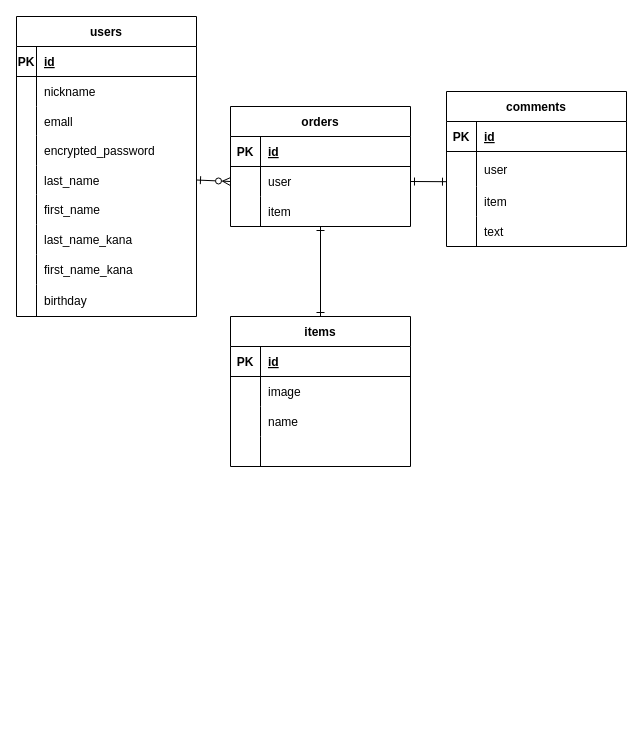
taku-min/furima-38920 keeps this draw.io diagram as test.dio. Above is the earlier version. Source tidied: cells renumbered, new cells numbered last; positions are measured from the earlier drawing's top-left corner, leaving out a move shared by most shapes. Both pictures are drawn from the tidied source at 100%, with x=0, y=0 at pixel (16, 16).
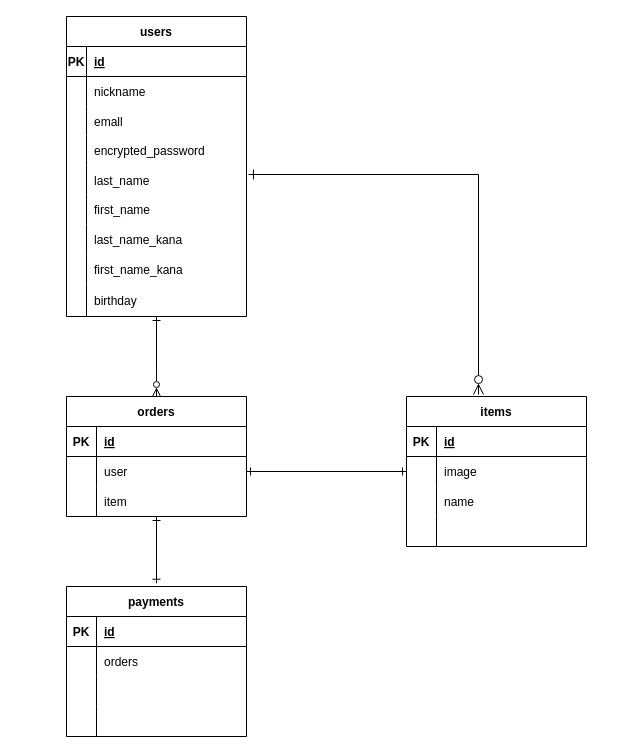
After the change.

Unchanged cells that the change refers to:
```xml
<mxCell id="15" style="shape=tableRow;horizontal=0;startSize=0;swimlaneHead=0;swimlaneBody=0;fillColor=none;points=[[0,0.5],[1,0.5]];portConstraint=eastwest;top=0;left=0;right=0;bottom=0;" parent="2" vertex="1">
  <mxGeometry y="149" width="180" height="29" as="geometry" />
</mxCell>
<mxCell id="34" style="shape=tableRow;horizontal=0;startSize=0;swimlaneHead=0;swimlaneBody=0;fillColor=none;points=[[0,0.5],[1,0.5]];portConstraint=eastwest;top=0;left=0;right=0;bottom=0;strokeColor=default;fontFamily=Helvetica;fontSize=12;fontColor=default;" parent="30" vertex="1">
  <mxGeometry y="60" width="180" height="30" as="geometry" />
</mxCell>
<mxCell id="58" style="shape=tableRow;horizontal=0;startSize=0;swimlaneHead=0;swimlaneBody=0;fillColor=none;points=[[0,0.5],[1,0.5]];portConstraint=eastwest;top=0;left=0;right=0;bottom=0;strokeColor=default;fontFamily=Helvetica;fontSize=12;fontColor=default;" parent="54" vertex="1">
  <mxGeometry y="60" width="180" height="30" as="geometry" />
</mxCell>
```

The edit, as a diff of the source:
```diff
@@
     <mxCell id="2" value="users" style="shape=table;startSize=30;childLayout=tableLayout;rowLines=0;fontStyle=1;align=center;" parent="1" vertex="1">
-      <mxGeometry width="180" height="300" as="geometry" />
+      <mxGeometry x="50" width="180" height="300" as="geometry" />
     </mxCell>
@@
     <mxCell id="30" value="orders" style="shape=table;startSize=30;childLayout=tableLayout;rowLines=0;fontStyle=1;align=center;strokeColor=default;fontFamily=Helvetica;fontSize=12;fontColor=default;fillColor=none;" parent="1" vertex="1">
-      <mxGeometry x="214" y="90" width="180" height="120" as="geometry" />
+      <mxGeometry x="50" y="380" width="180" height="120" as="geometry" />
     </mxCell>
@@
+    <mxCell id="69" style="group;" parent="1" vertex="1">
+      <mxGeometry x="140" y="300" height="50" as="geometry" />
+    </mxCell>
+    <mxCell id="70" style="endArrow=ERzeroToMany;html=1;fontFamily=Helvetica;fontSize=12;fontColor=default;elbow=vertical;endFill=0;" parent="69" edge="1">
+      <mxGeometry relative="1" as="geometry">
+        <mxPoint y="20" as="sourcePoint" />
+        <mxPoint y="80" as="targetPoint" />
+        <Array as="points">
+          <mxPoint y="30" />
+          <mxPoint y="50" />
+        </Array>
+      </mxGeometry>
+    </mxCell>
+    <mxCell id="71" style="endArrow=ERone;html=1;fontFamily=Helvetica;fontSize=12;fontColor=default;elbow=vertical;endFill=0;" parent="69" edge="1">
+      <mxGeometry relative="1" as="geometry">
+        <mxPoint y="50" as="sourcePoint" />
+        <mxPoint as="targetPoint" />
+      </mxGeometry>
+    </mxCell>
-    <mxCell id="40" value="comments" style="shape=table;startSize=30;childLayout=tableLayout;rowLines=0;fontStyle=1;align=center;strokeColor=default;fontFamily=Helvetica;fontSize=12;fontColor=default;fillColor=none;" parent="1" vertex="1">
-      <mxGeometry x="430" y="75" width="180" height="155" as="geometry" />
+    <mxCell id="40" value="payments" style="shape=table;startSize=30;childLayout=tableLayout;rowLines=0;fontStyle=1;align=center;strokeColor=default;fontFamily=Helvetica;fontSize=12;fontColor=default;fillColor=none;" parent="1" vertex="1">
+      <mxGeometry x="50" y="570" width="180" height="150" as="geometry" />
     </mxCell>
@@
     <mxCell id="44" style="shape=tableRow;horizontal=0;startSize=0;swimlaneHead=0;swimlaneBody=0;fillColor=none;points=[[0,0.5],[1,0.5]];portConstraint=eastwest;top=0;left=0;right=0;bottom=0;strokeColor=default;fontFamily=Helvetica;fontSize=12;fontColor=default;" parent="40" vertex="1">
-      <mxGeometry y="60" width="180" height="35" as="geometry" />
+      <mxGeometry y="60" width="180" height="30" as="geometry" />
     </mxCell>
     <mxCell id="45" style="shape=partialRectangle;fillColor=none;top=0;left=0;bottom=0;right=0;overflow=hidden;strokeColor=default;fontFamily=Helvetica;fontSize=12;fontColor=default;" parent="44" vertex="1">
-      <mxGeometry width="30" height="35" as="geometry" />
+      <mxGeometry width="30" height="30" as="geometry" />
     </mxCell>
-    <mxCell id="46" value="user" style="shape=partialRectangle;fillColor=none;top=0;left=0;bottom=0;right=0;align=left;spacingLeft=6;overflow=hidden;strokeColor=default;fontFamily=Helvetica;fontSize=12;fontColor=default;" parent="44" vertex="1">
-      <mxGeometry x="30" width="150" height="35" as="geometry" />
+    <mxCell id="46" value="orders" style="shape=partialRectangle;fillColor=none;top=0;left=0;bottom=0;right=0;align=left;spacingLeft=6;overflow=hidden;strokeColor=default;fontFamily=Helvetica;fontSize=12;fontColor=default;" parent="44" vertex="1">
+      <mxGeometry x="30" width="150" height="30" as="geometry" />
     </mxCell>
     <mxCell id="47" style="shape=tableRow;horizontal=0;startSize=0;swimlaneHead=0;swimlaneBody=0;fillColor=none;top=0;left=0;right=0;bottom=0;strokeColor=default;fontFamily=Helvetica;fontSize=12;fontColor=default;" parent="40" vertex="1">
-      <mxGeometry y="95" width="180" height="30" as="geometry" />
+      <mxGeometry y="90" width="180" height="30" as="geometry" />
     </mxCell>
@@
-    <mxCell id="49" value="item" style="shape=partialRectangle;fillColor=none;top=0;left=0;bottom=0;right=0;align=left;spacingLeft=6;overflow=hidden;strokeColor=default;fontFamily=Helvetica;fontSize=12;fontColor=default;" parent="47" vertex="1">
+    <mxCell id="49" style="shape=partialRectangle;fillColor=none;top=0;left=0;bottom=0;right=0;align=left;spacingLeft=6;overflow=hidden;strokeColor=default;fontFamily=Helvetica;fontSize=12;fontColor=default;" parent="47" vertex="1">
       <mxGeometry x="30" width="150" height="30" as="geometry" />
     </mxCell>
     <mxCell id="50" style="shape=tableRow;horizontal=0;startSize=0;swimlaneHead=0;swimlaneBody=0;fillColor=none;top=0;left=0;right=0;bottom=0;strokeColor=default;fontFamily=Helvetica;fontSize=12;fontColor=default;" parent="40" vertex="1">
-      <mxGeometry y="125" width="180" height="30" as="geometry" />
+      <mxGeometry y="120" width="180" height="30" as="geometry" />
     </mxCell>
@@
-    <mxCell id="52" value="text" style="shape=partialRectangle;fillColor=none;top=0;left=0;bottom=0;right=0;align=left;spacingLeft=6;overflow=hidden;strokeColor=default;fontFamily=Helvetica;fontSize=12;fontColor=default;" parent="50" vertex="1">
+    <mxCell id="52" style="shape=partialRectangle;fillColor=none;top=0;left=0;bottom=0;right=0;align=left;spacingLeft=6;overflow=hidden;strokeColor=default;fontFamily=Helvetica;fontSize=12;fontColor=default;" parent="50" vertex="1">
       <mxGeometry x="30" width="150" height="30" as="geometry" />
     </mxCell>
-    <mxCell id="53" style="edgeStyle=none;html=1;exitX=0.5;exitY=0;exitDx=0;exitDy=0;entryX=0.5;entryY=1;entryDx=0;entryDy=0;startArrow=ERone;startFill=0;endArrow=ERone;endFill=0;" parent="1" edge="1" source="54" target="30">
-      <mxGeometry relative="1" as="geometry" />
-    </mxCell>
+    <mxCell id="72" style="group;" parent="1" vertex="1">
+      <mxGeometry x="140" y="500" height="40" as="geometry" />
+    </mxCell>
+    <mxCell id="73" style="endArrow=ERone;html=1;fontFamily=Helvetica;fontSize=12;fontColor=default;elbow=vertical;endFill=0;" parent="72" edge="1">
+      <mxGeometry relative="1" as="geometry">
+        <mxPoint as="sourcePoint" />
+        <mxPoint y="66.7" as="targetPoint" />
+        <Array as="points">
+          <mxPoint y="26.7" />
+        </Array>
+      </mxGeometry>
+    </mxCell>
+    <mxCell id="74" style="endArrow=ERone;html=1;fontFamily=Helvetica;fontSize=12;fontColor=default;elbow=vertical;endFill=0;" parent="72" edge="1">
+      <mxGeometry relative="1" as="geometry">
+        <mxPoint y="40" as="sourcePoint" />
+        <mxPoint as="targetPoint" />
+      </mxGeometry>
+    </mxCell>
     <mxCell id="54" value="items" style="shape=table;startSize=30;childLayout=tableLayout;rowLines=0;fontStyle=1;align=center;strokeColor=default;fontFamily=Helvetica;fontSize=12;fontColor=default;fillColor=none;" parent="1" vertex="1">
-      <mxGeometry x="214" y="300" width="180" height="150" as="geometry" />
+      <mxGeometry x="390" y="380" width="180" height="150" as="geometry" />
     </mxCell>
@@
-    <mxCell id="67" style="edgeStyle=none;html=1;exitX=1;exitY=0.5;exitDx=0;exitDy=0;entryX=0;entryY=0.5;entryDx=0;entryDy=0;startArrow=ERone;startFill=0;endArrow=ERzeroToMany;endFill=0;" parent="1" edge="1" source="15" target="34">
-      <mxGeometry relative="1" as="geometry" />
-    </mxCell>
-    <mxCell id="68" style="edgeStyle=none;html=1;exitX=1;exitY=0.5;exitDx=0;exitDy=0;entryX=0;entryY=0.863;entryDx=0;entryDy=0;entryPerimeter=0;startArrow=ERone;startFill=0;endArrow=ERone;endFill=0;" parent="1" edge="1" source="34" target="44">
-      <mxGeometry relative="1" as="geometry" />
-    </mxCell>
+    <mxCell id="75" style="endArrow=ERone;startArrow=ERone;html=1;fontFamily=Helvetica;fontSize=12;fontColor=default;elbow=vertical;endFill=0;startFill=0;entryX=0;entryY=0.5;entryDx=0;entryDy=0;exitX=1;exitY=0.5;exitDx=0;exitDy=0;" parent="1" edge="1" source="34" target="58">
+      <mxGeometry relative="1" as="geometry" />
+    </mxCell>
+    <mxCell id="76" style="edgeStyle=segmentEdgeStyle;endArrow=ERzeroToMany;html=1;curved=0;rounded=0;endSize=8;startSize=8;fontFamily=Helvetica;fontSize=12;fontColor=default;elbow=vertical;entryX=0.4;entryY=-0.013;entryDx=0;entryDy=0;entryPerimeter=0;exitX=1.011;exitY=0.31;exitDx=0;exitDy=0;exitPerimeter=0;startArrow=ERone;startFill=0;endFill=0;" parent="1" edge="1" source="15" target="54">
+      <mxGeometry relative="1" as="geometry" />
+    </mxCell>
```
